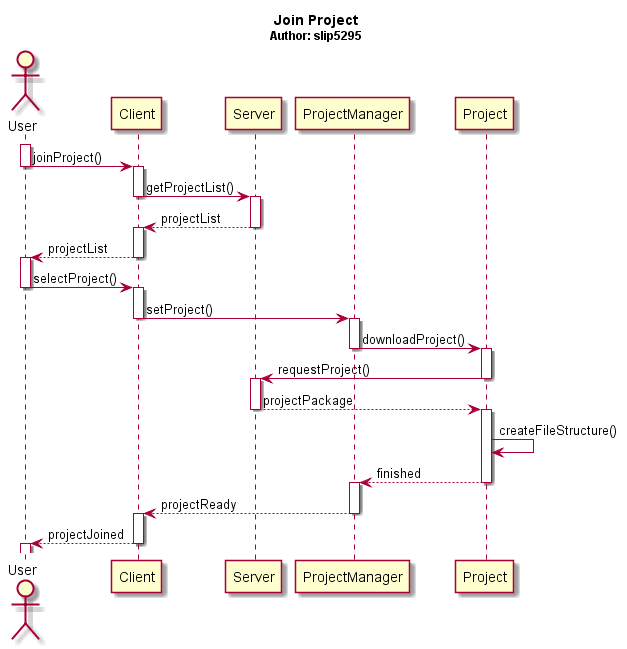
This is Sequence Diagrams/Client/join_project_sequence_diagram.png from voxelv/sQuire_kw, a PlantUML export, as it was before one commit.
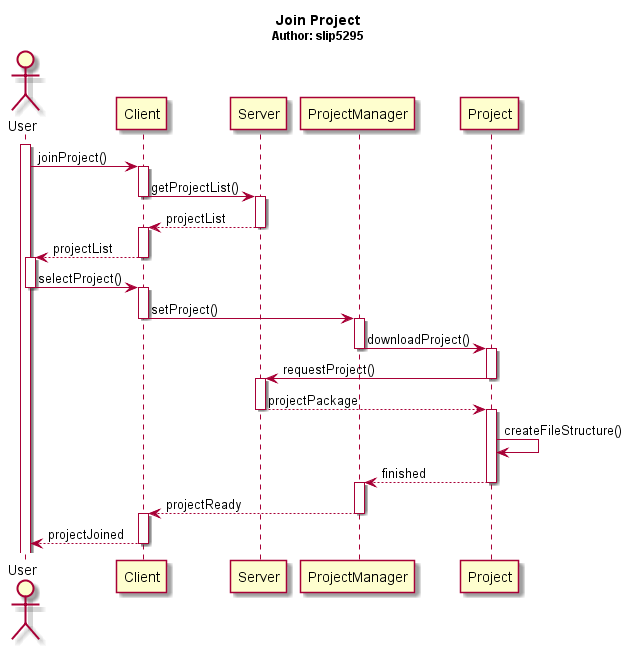
Later version of the same file.

Commit message:
join project sequence diagram stuff

What changed in the source:
```diff
@@ -7,7 +7,6 @@
 
 
 User -> Client : joinProject()
-Deactivate User
 Activate Client
 Client -> Server : getProjectList()
 Deactivate Client
@@ -43,7 +42,6 @@
 Activate Client
 Client --> User : projectJoined
 Deactivate Client
-Activate User
 
 
 
```
